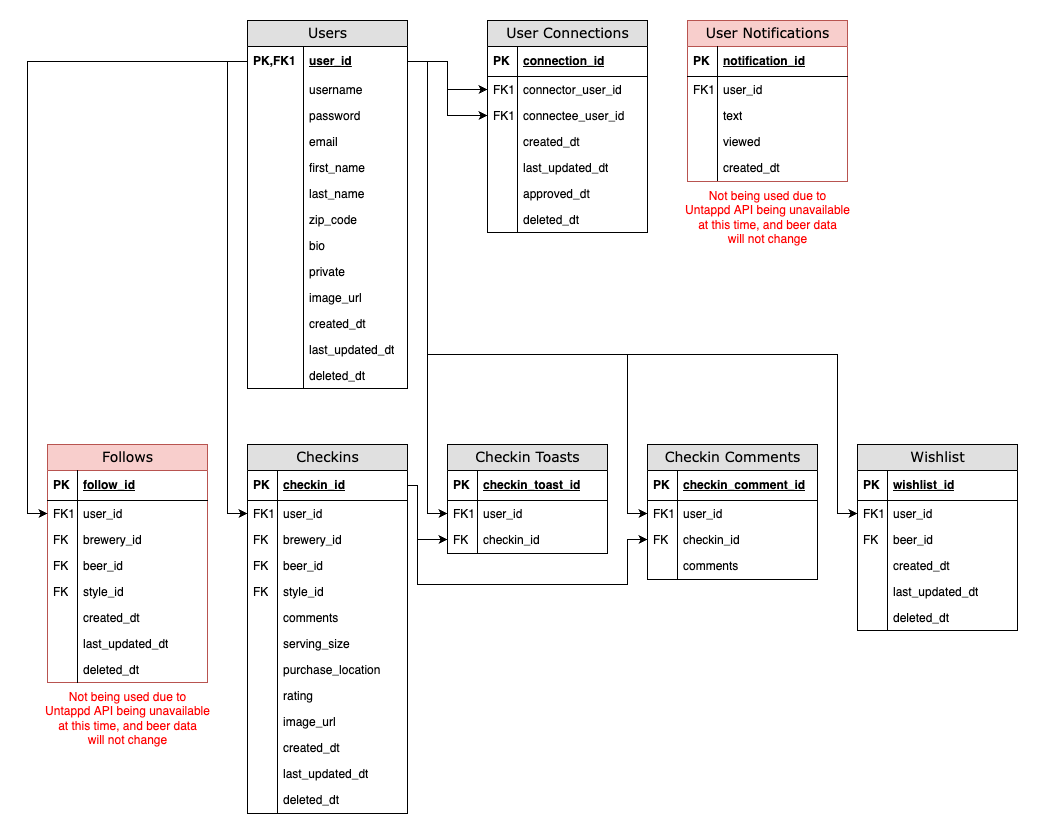
The draw.io diagram Hopps Hunter DB Schema.png in shaunwo/hopps-hunter, before a commit. Source tidied: cells renumbered, new cells last; positions are measured from the earlier drawing's top-left corner, leaving out a move shared by most shapes.
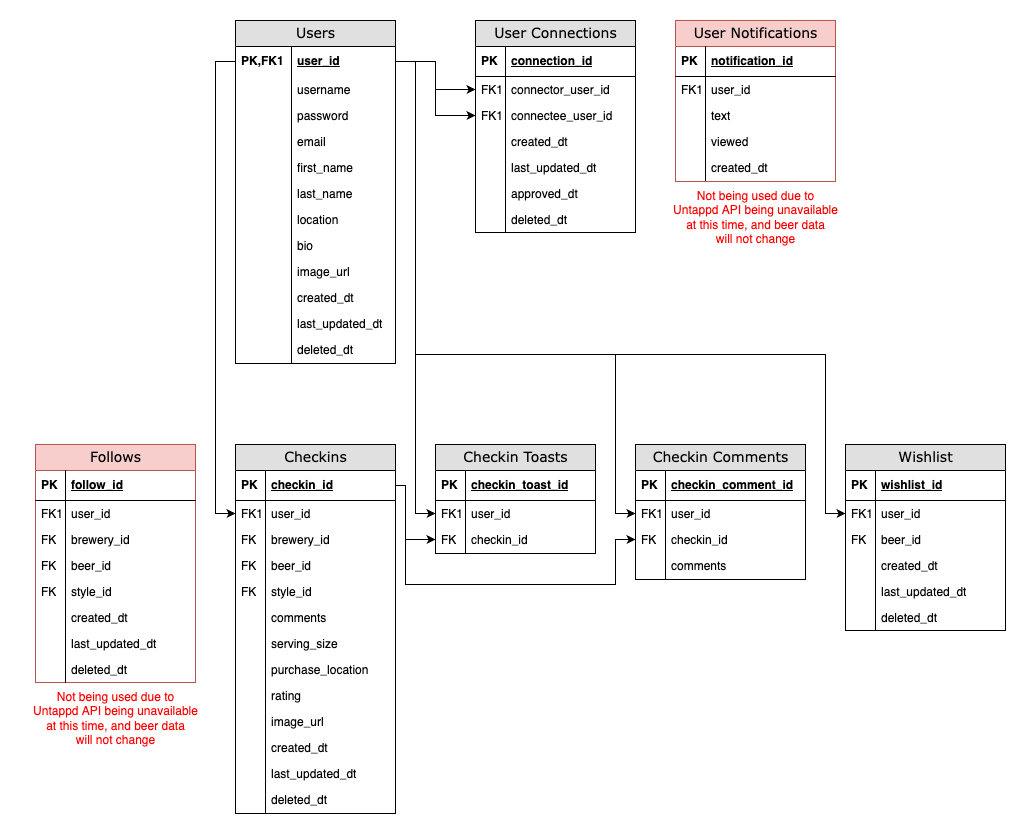
Above is the later version.

Diff of the diagram source:
```diff
@@ -3,7 +3,7 @@
     <mxCell id="0" />
     <mxCell id="1" parent="0" />
     <mxCell id="2" value="Users" style="swimlane;html=1;fontStyle=0;horizontal=1;startSize=26;fillColor=#e0e0e0;swimlaneFillColor=#ffffff;align=center;rounded=0;shadow=0;comic=0;labelBackgroundColor=none;strokeWidth=1;fontFamily=Verdana;fontSize=14;" parent="1" vertex="1">
-      <mxGeometry x="215" width="160" height="368" as="geometry" />
+      <mxGeometry x="215" width="160" height="343" as="geometry" />
     </mxCell>
     <mxCell id="3" value="user_id" style="shape=partialRectangle;top=0;left=0;right=0;bottom=0;html=1;align=left;verticalAlign=middle;fillColor=none;spacingLeft=60;spacingRight=4;whiteSpace=wrap;overflow=hidden;points=[[0,0.5],[1,0.5]];portConstraint=eastwest;fontStyle=5;" parent="2" vertex="1">
       <mxGeometry y="26" width="160" height="30" as="geometry" />
@@ -41,7 +41,7 @@
     <mxCell id="14" style="shape=partialRectangle;top=0;left=0;bottom=0;html=1;fillColor=none;align=left;verticalAlign=top;spacingLeft=4;spacingRight=4;whiteSpace=wrap;overflow=hidden;" parent="13" vertex="1">
       <mxGeometry width="56" height="26" as="geometry" />
     </mxCell>
-    <mxCell id="15" value="zip_code" style="shape=partialRectangle;top=0;left=0;right=0;bottom=0;html=1;align=left;verticalAlign=top;fillColor=none;spacingLeft=60;spacingRight=4;whiteSpace=wrap;overflow=hidden;" parent="2" vertex="1">
+    <mxCell id="15" value="location" style="shape=partialRectangle;top=0;left=0;right=0;bottom=0;html=1;align=left;verticalAlign=top;fillColor=none;spacingLeft=60;spacingRight=4;whiteSpace=wrap;overflow=hidden;" parent="2" vertex="1">
       <mxGeometry y="186" width="160" height="26" as="geometry" />
     </mxCell>
     <mxCell id="16" style="shape=partialRectangle;top=0;left=0;bottom=0;html=1;fillColor=none;align=left;verticalAlign=top;spacingLeft=4;spacingRight=4;whiteSpace=wrap;overflow=hidden;" parent="15" vertex="1">
@@ -53,32 +53,26 @@
     <mxCell id="18" style="shape=partialRectangle;top=0;left=0;bottom=0;html=1;fillColor=none;align=left;verticalAlign=top;spacingLeft=4;spacingRight=4;whiteSpace=wrap;overflow=hidden;" parent="17" vertex="1">
       <mxGeometry width="56" height="26" as="geometry" />
     </mxCell>
-    <mxCell id="19" value="private" style="shape=partialRectangle;top=0;left=0;right=0;bottom=0;html=1;align=left;verticalAlign=top;fillColor=none;spacingLeft=60;spacingRight=4;whiteSpace=wrap;overflow=hidden;" parent="2" vertex="1">
-      <mxGeometry y="238" width="160" height="26" as="geometry" />
-    </mxCell>
-    <mxCell id="20" style="shape=partialRectangle;top=0;left=0;bottom=0;html=1;fillColor=none;align=left;verticalAlign=top;spacingLeft=4;spacingRight=4;whiteSpace=wrap;overflow=hidden;" parent="19" vertex="1">
-      <mxGeometry width="56" height="26" as="geometry" />
-    </mxCell>
     <mxCell id="21" value="image_url" style="shape=partialRectangle;top=0;left=0;right=0;bottom=0;html=1;align=left;verticalAlign=top;fillColor=none;spacingLeft=60;spacingRight=4;whiteSpace=wrap;overflow=hidden;" parent="2" vertex="1">
-      <mxGeometry y="264" width="160" height="26" as="geometry" />
+      <mxGeometry y="238" width="160" height="26" as="geometry" />
     </mxCell>
     <mxCell id="22" style="shape=partialRectangle;top=0;left=0;bottom=0;html=1;fillColor=none;align=left;verticalAlign=top;spacingLeft=4;spacingRight=4;whiteSpace=wrap;overflow=hidden;" parent="21" vertex="1">
       <mxGeometry width="56" height="26" as="geometry" />
     </mxCell>
     <mxCell id="23" value="created_dt" style="shape=partialRectangle;top=0;left=0;right=0;bottom=0;html=1;align=left;verticalAlign=top;fillColor=none;spacingLeft=60;spacingRight=4;whiteSpace=wrap;overflow=hidden;" parent="2" vertex="1">
-      <mxGeometry y="290" width="160" height="26" as="geometry" />
+      <mxGeometry y="264" width="160" height="26" as="geometry" />
     </mxCell>
     <mxCell id="24" style="shape=partialRectangle;top=0;left=0;bottom=0;html=1;fillColor=none;align=left;verticalAlign=top;spacingLeft=4;spacingRight=4;whiteSpace=wrap;overflow=hidden;" parent="23" vertex="1">
       <mxGeometry width="56" height="26" as="geometry" />
     </mxCell>
     <mxCell id="25" value="last_updated_dt" style="shape=partialRectangle;top=0;left=0;right=0;bottom=0;html=1;align=left;verticalAlign=top;fillColor=none;spacingLeft=60;spacingRight=4;whiteSpace=wrap;overflow=hidden;" parent="2" vertex="1">
-      <mxGeometry y="316" width="160" height="26" as="geometry" />
+      <mxGeometry y="290" width="160" height="26" as="geometry" />
     </mxCell>
     <mxCell id="26" style="shape=partialRectangle;top=0;left=0;bottom=0;html=1;fillColor=none;align=left;verticalAlign=top;spacingLeft=4;spacingRight=4;whiteSpace=wrap;overflow=hidden;" parent="25" vertex="1">
       <mxGeometry width="56" height="26" as="geometry" />
     </mxCell>
     <mxCell id="27" value="deleted_dt" style="shape=partialRectangle;top=0;left=0;right=0;bottom=0;html=1;align=left;verticalAlign=top;fillColor=none;spacingLeft=60;spacingRight=4;whiteSpace=wrap;overflow=hidden;" parent="2" vertex="1">
-      <mxGeometry y="342" width="160" height="26" as="geometry" />
+      <mxGeometry y="316" width="160" height="26" as="geometry" />
     </mxCell>
     <mxCell id="28" style="shape=partialRectangle;top=0;left=0;bottom=0;html=1;fillColor=none;align=left;verticalAlign=top;spacingLeft=4;spacingRight=4;whiteSpace=wrap;overflow=hidden;" parent="27" vertex="1">
       <mxGeometry width="56" height="26" as="geometry" />
@@ -254,9 +248,6 @@
     <mxCell id="85" style="shape=partialRectangle;top=0;left=0;bottom=0;html=1;fillColor=none;align=left;verticalAlign=top;spacingLeft=4;spacingRight=4;whiteSpace=wrap;overflow=hidden;" parent="84" vertex="1">
       <mxGeometry width="30" height="26" as="geometry" />
     </mxCell>
-    <mxCell id="86" style="edgeStyle=orthogonalEdgeStyle;rounded=0;jettySize=auto;html=1;exitX=0;exitY=0.5;exitDx=0;exitDy=0;entryX=0;entryY=0.5;entryDx=0;entryDy=0;" parent="1" edge="1" source="3" target="59">
-      <mxGeometry relative="1" as="geometry" />
-    </mxCell>
     <mxCell id="87" style="edgeStyle=orthogonalEdgeStyle;rounded=0;jettySize=auto;html=1;exitX=0;exitY=0.5;exitDx=0;exitDy=0;entryX=0;entryY=0.5;entryDx=0;entryDy=0;" parent="1" edge="1" source="3" target="32">
       <mxGeometry relative="1" as="geometry">
         <Array as="points">
```
